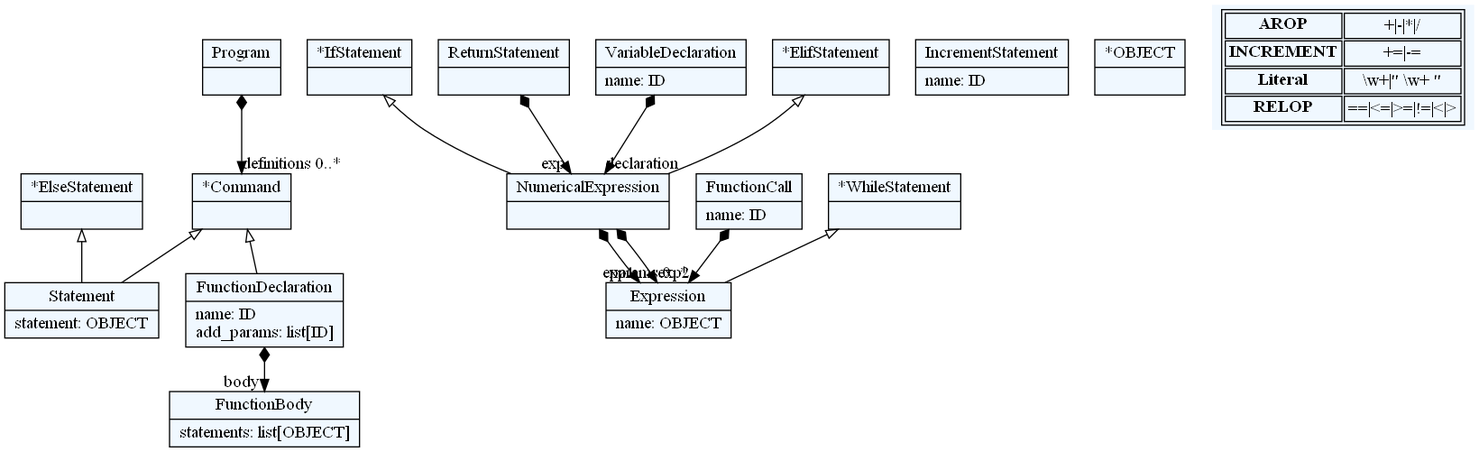
Earlier version of the Graphviz export textXProject/parser.dot.png (isidorasavic/pp-textX-miniPython). Its source is kept beside it as textXProject/parser.dot.
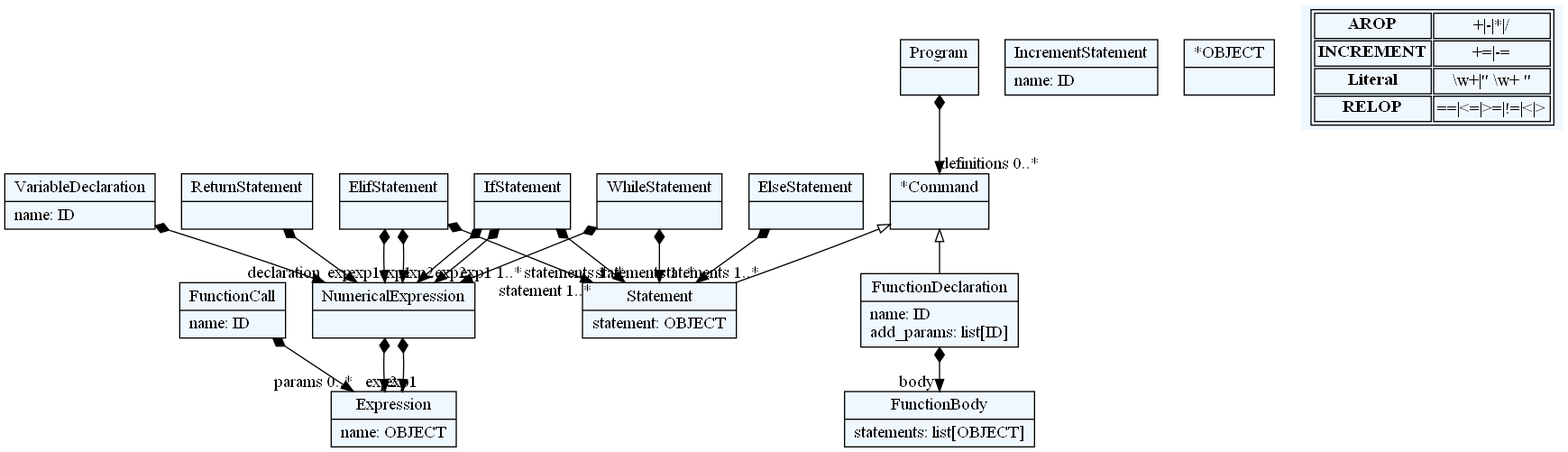
After the change.

Commit message:
dokumentacija, readme i zavrsen parser

Change to the diagram source:
```diff
@@ -10,57 +10,62 @@
     edge[dir=black,arrowtail=empty]
 
 
-2218763956520[ label="{Program|}"]
+3095938727416[ label="{ReturnStatement|}"]
 
-2218766000696[ label="{*IfStatement|}"]
+3095936872248[ label="{*Command|}"]
 
-2218763971624[ label="{ReturnStatement|}"]
+3095938721752[ label="{Statement|statement: OBJECT\l}"]
 
-2218766012968[ label="{Statement|statement: OBJECT\l}"]
+3095938740632[ label="{FunctionCall|name: ID\l}"]
 
-2218763976344[ label="{VariableDeclaration|name: ID\l}"]
+3095938713256[ label="{VariableDeclaration|name: ID\l}"]
 
-2218766009192[ label="{*ElseStatement|}"]
+3095938741576[ label="{ElseStatement|}"]
 
-2218766016744[ label="{FunctionCall|name: ID\l}"]
+3095938733080[ label="{Expression|name: OBJECT\l}"]
 
-2218766015800[ label="{*ElifStatement|}"]
+3095938711368[ label="{WhileStatement|}"]
 
-2218763967848[ label="{FunctionBody|statements: list[OBJECT]\l}"]
+3095938717032[ label="{IfStatement|}"]
 
-2218766007304[ label="{Expression|name: OBJECT\l}"]
+3095938715144[ label="{FunctionDeclaration|name: ID\ladd_params: list[ID]\l}"]
 
-2218763958408[ label="{*Command|}"]
+3095936882632[ label="{Program|}"]
 
-2218765997864[ label="{NumericalExpression|}"]
+3095938745352[ label="{IncrementStatement|name: ID\l}"]
 
-2218763966904[ label="{FunctionDeclaration|name: ID\ladd_params: list[ID]\l}"]
+3095938724584[ label="{ElifStatement|}"]
 
-2218765992200[ label="{*WhileStatement|}"]
+3095938738744[ label="{FunctionBody|statements: list[OBJECT]\l}"]
 
-2218766024296[ label="{IncrementStatement|name: ID\l}"]
+3095938716088[ label="{NumericalExpression|}"]
 
 
 
-2218763956520 -> 2218763958408[arrowtail=diamond, dir=both, headlabel="definitions 0..*"]
-2218766000696 -> 2218765997864 [dir=back]
-2218763971624 -> 2218765997864[arrowtail=diamond, dir=both, headlabel="exp "]
-2218763961240[ label="{*OBJECT|}"]
+3095938727416 -> 3095938716088[arrowtail=diamond, dir=both, headlabel="exp "]
+3095936872248 -> 3095938715144 [dir=back]
+3095936872248 -> 3095938721752 [dir=back]
+3095936874136[ label="{*OBJECT|}"]
 
-2218763976344 -> 2218765997864[arrowtail=diamond, dir=both, headlabel="declaration "]
-2218766009192 -> 2218766012968 [dir=back]
-2218766016744 -> 2218766007304[arrowtail=diamond, dir=both, headlabel="params 0..*"]
-2218766015800 -> 2218765997864 [dir=back]
-2218763961240[ label="{*OBJECT|}"]
+3095938740632 -> 3095938733080[arrowtail=diamond, dir=both, headlabel="params 0..*"]
+3095938713256 -> 3095938716088[arrowtail=diamond, dir=both, headlabel="declaration "]
+3095938741576 -> 3095938721752[arrowtail=diamond, dir=both, headlabel="statements 1..*"]
+3095936874136[ label="{*OBJECT|}"]
 
-2218763961240[ label="{*OBJECT|}"]
+3095938711368 -> 3095938716088[arrowtail=diamond, dir=both, headlabel="exp1 1..*"]
+3095938711368 -> 3095938721752[arrowtail=diamond, dir=both, headlabel="statements 1..*"]
+3095938717032 -> 3095938716088[arrowtail=diamond, dir=both, headlabel="exp1 "]
+3095938717032 -> 3095938716088[arrowtail=diamond, dir=both, headlabel="exp2 "]
+3095938717032 -> 3095938721752[arrowtail=diamond, dir=both, headlabel="statements 1..*"]
+3095938715144 -> 3095938738744[arrowtail=diamond, dir=both, headlabel="body "]
+3095936882632 -> 3095936872248[arrowtail=diamond, dir=both, headlabel="definitions 0..*"]
+3095938724584 -> 3095938716088[arrowtail=diamond, dir=both, headlabel="exp1 "]
+3095938724584 -> 3095938716088[arrowtail=diamond, dir=both, headlabel="exp2 "]
+3095938724584 -> 3095938721752[arrowtail=diamond, dir=both, headlabel="statement 1..*"]
+3095936874136[ label="{*OBJECT|}"]
 
-2218763958408 -> 2218763966904 [dir=back]
-2218763958408 -> 2218766012968 [dir=back]
-2218765997864 -> 2218766007304[arrowtail=diamond, dir=both, headlabel="exp1 "]
-2218765997864 -> 2218766007304[arrowtail=diamond, dir=both, headlabel="exp2 "]
-2218763966904 -> 2218763967848[arrowtail=diamond, dir=both, headlabel="body "]
-2218765992200 -> 2218766007304 [dir=back]
+3095938716088 -> 3095938733080[arrowtail=diamond, dir=both, headlabel="exp1 "]
+3095938716088 -> 3095938733080[arrowtail=diamond, dir=both, headlabel="exp2 "]
 match_rules [ shape=plaintext, label=< <table>
 	<tr>
 		<td><b>AROP</b></td><td>+|-|*|/</td>
```
